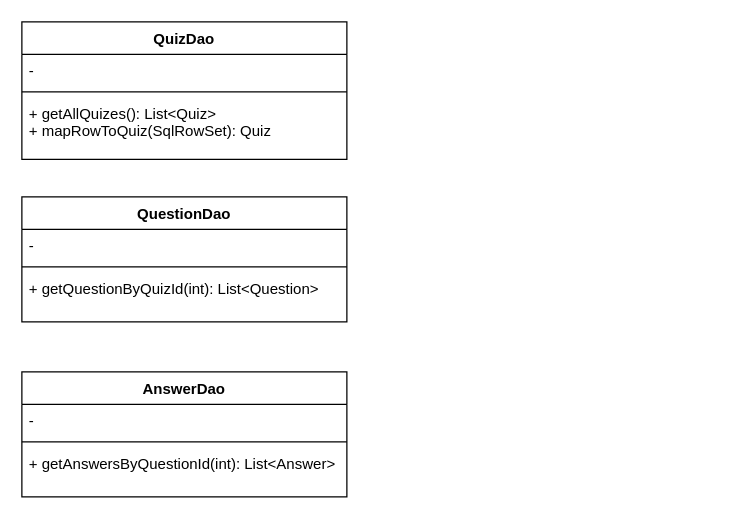
This is page "DAO" (1 of 4) of diagrams/sprint2-project-diagram.drawio from full-stack-devs-learn/niantic-2024-sprint-2-team-3, a draw.io file, before an edit. Source tidied: cells renumbered, new cells numbered last; positions are measured from the earlier drawing's top-left corner, leaving out a move shared by most shapes. Both pictures are drawn from the tidied source at 125%, with x=0, y=0 at pixel (21, 21).
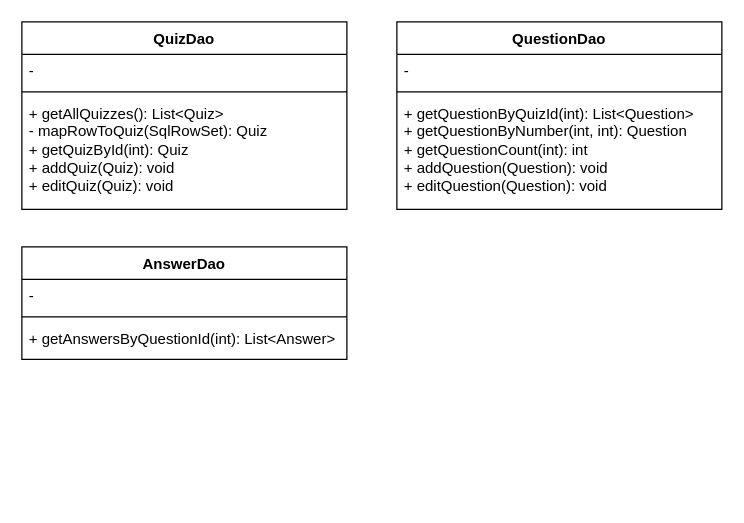
Above is the later version.

Diff of the diagram source:
```diff
@@
 <mxGraphModel>
   <root>
     <mxCell id="0" />
     <mxCell id="1" parent="0" />
     <mxCell id="2" value="QuizDao" style="swimlane;fontStyle=1;align=center;verticalAlign=top;horizontal=1;startSize=26;whiteSpace=wrap;html=1;" parent="1" vertex="1">
-      <mxGeometry width="260" height="110" as="geometry" />
+      <mxGeometry width="260" height="150" as="geometry" />
     </mxCell>
-    <mxCell id="3" value="-" style="text;strokeColor=none;fillColor=none;align=left;verticalAlign=top;spacingLeft=4;spacingRight=4;overflow=hidden;whiteSpace=wrap;html=1;" parent="2" vertex="1">
+    <mxCell id="3" value="-&amp;nbsp;" style="text;strokeColor=none;fillColor=none;align=left;verticalAlign=top;spacingLeft=4;spacingRight=4;overflow=hidden;whiteSpace=wrap;html=1;" parent="2" vertex="1">
       <mxGeometry y="26" width="260" height="26" as="geometry" />
     </mxCell>
     <mxCell id="4" style="line;strokeWidth=1;fillColor=none;align=left;verticalAlign=middle;spacingTop=-1;spacingLeft=3;spacingRight=3;labelPosition=right;strokeColor=inherit;" parent="2" vertex="1">
       <mxGeometry y="52" width="260" height="8" as="geometry" />
     </mxCell>
-    <mxCell id="5" value="+ getAllQuizes(): List&amp;lt;Quiz&amp;gt;&lt;div&gt;+ mapRowToQuiz(SqlRowSet): Quiz&lt;/div&gt;" style="text;strokeColor=none;fillColor=none;align=left;verticalAlign=top;spacingLeft=4;spacingRight=4;overflow=hidden;whiteSpace=wrap;html=1;" parent="2" vertex="1">
-      <mxGeometry y="60" width="260" height="50" as="geometry" />
+    <mxCell id="5" value="+ getAllQuizzes(): List&amp;lt;Quiz&amp;gt;&lt;div&gt;- mapRowToQuiz(SqlRowSet): Quiz&lt;/div&gt;&lt;div&gt;+ getQuizById(int): Quiz&lt;/div&gt;&lt;div&gt;+ addQuiz(Quiz): void&lt;/div&gt;&lt;div&gt;+ editQuiz(Quiz): void&lt;/div&gt;" style="text;strokeColor=none;fillColor=none;align=left;verticalAlign=top;spacingLeft=4;spacingRight=4;overflow=hidden;whiteSpace=wrap;html=1;" parent="2" vertex="1">
+      <mxGeometry y="60" width="260" height="90" as="geometry" />
     </mxCell>
     <mxCell id="6" value="QuestionDao" style="swimlane;fontStyle=1;align=center;verticalAlign=top;horizontal=1;startSize=26;whiteSpace=wrap;html=1;" parent="1" vertex="1">
-      <mxGeometry y="140" width="260" height="100" as="geometry" />
+      <mxGeometry x="300" width="260" height="150" as="geometry" />
     </mxCell>
     <mxCell id="7" value="-" style="text;strokeColor=none;fillColor=none;align=left;verticalAlign=top;spacingLeft=4;spacingRight=4;overflow=hidden;whiteSpace=wrap;html=1;" parent="6" vertex="1">
       <mxGeometry y="26" width="260" height="26" as="geometry" />
     </mxCell>
     <mxCell id="8" style="line;strokeWidth=1;fillColor=none;align=left;verticalAlign=middle;spacingTop=-1;spacingLeft=3;spacingRight=3;labelPosition=right;strokeColor=inherit;" parent="6" vertex="1">
       <mxGeometry y="52" width="260" height="8" as="geometry" />
     </mxCell>
-    <mxCell id="9" value="+ getQuestionByQuizId(int): List&amp;lt;Question&amp;gt;" style="text;strokeColor=none;fillColor=none;align=left;verticalAlign=top;spacingLeft=4;spacingRight=4;overflow=hidden;whiteSpace=wrap;html=1;" parent="6" vertex="1">
-      <mxGeometry y="60" width="260" height="40" as="geometry" />
+    <mxCell id="9" value="+ getQuestionByQuizId(int): List&amp;lt;Question&amp;gt;&lt;div&gt;+ getQuestionByNumber(int, int): Question&lt;/div&gt;&lt;div&gt;+ getQuestionCount(int): int&lt;/div&gt;&lt;div&gt;+ addQuestion(Question): void&lt;/div&gt;&lt;div&gt;+ editQuestion(Question): void&lt;/div&gt;" style="text;strokeColor=none;fillColor=none;align=left;verticalAlign=top;spacingLeft=4;spacingRight=4;overflow=hidden;whiteSpace=wrap;html=1;" parent="6" vertex="1">
+      <mxGeometry y="60" width="260" height="90" as="geometry" />
     </mxCell>
     <mxCell id="10" value="AnswerDao" style="swimlane;fontStyle=1;align=center;verticalAlign=top;horizontal=1;startSize=26;whiteSpace=wrap;html=1;" parent="1" vertex="1">
-      <mxGeometry y="280" width="260" height="100" as="geometry" />
+      <mxGeometry y="180" width="260" height="90" as="geometry" />
     </mxCell>
     <mxCell id="11" value="-" style="text;strokeColor=none;fillColor=none;align=left;verticalAlign=top;spacingLeft=4;spacingRight=4;overflow=hidden;whiteSpace=wrap;html=1;" parent="10" vertex="1">
       <mxGeometry y="26" width="260" height="26" as="geometry" />
     </mxCell>
     <mxCell id="12" style="line;strokeWidth=1;fillColor=none;align=left;verticalAlign=middle;spacingTop=-1;spacingLeft=3;spacingRight=3;labelPosition=right;strokeColor=inherit;" parent="10" vertex="1">
       <mxGeometry y="52" width="260" height="8" as="geometry" />
     </mxCell>
     <mxCell id="13" value="+ getAnswersByQuestionId(int): List&amp;lt;Answer&amp;gt;" style="text;strokeColor=none;fillColor=none;align=left;verticalAlign=top;spacingLeft=4;spacingRight=4;overflow=hidden;whiteSpace=wrap;html=1;" parent="10" vertex="1">
-      <mxGeometry y="60" width="260" height="40" as="geometry" />
+      <mxGeometry y="60" width="260" height="30" as="geometry" />
     </mxCell>
   </root>
 </mxGraphModel>
```
